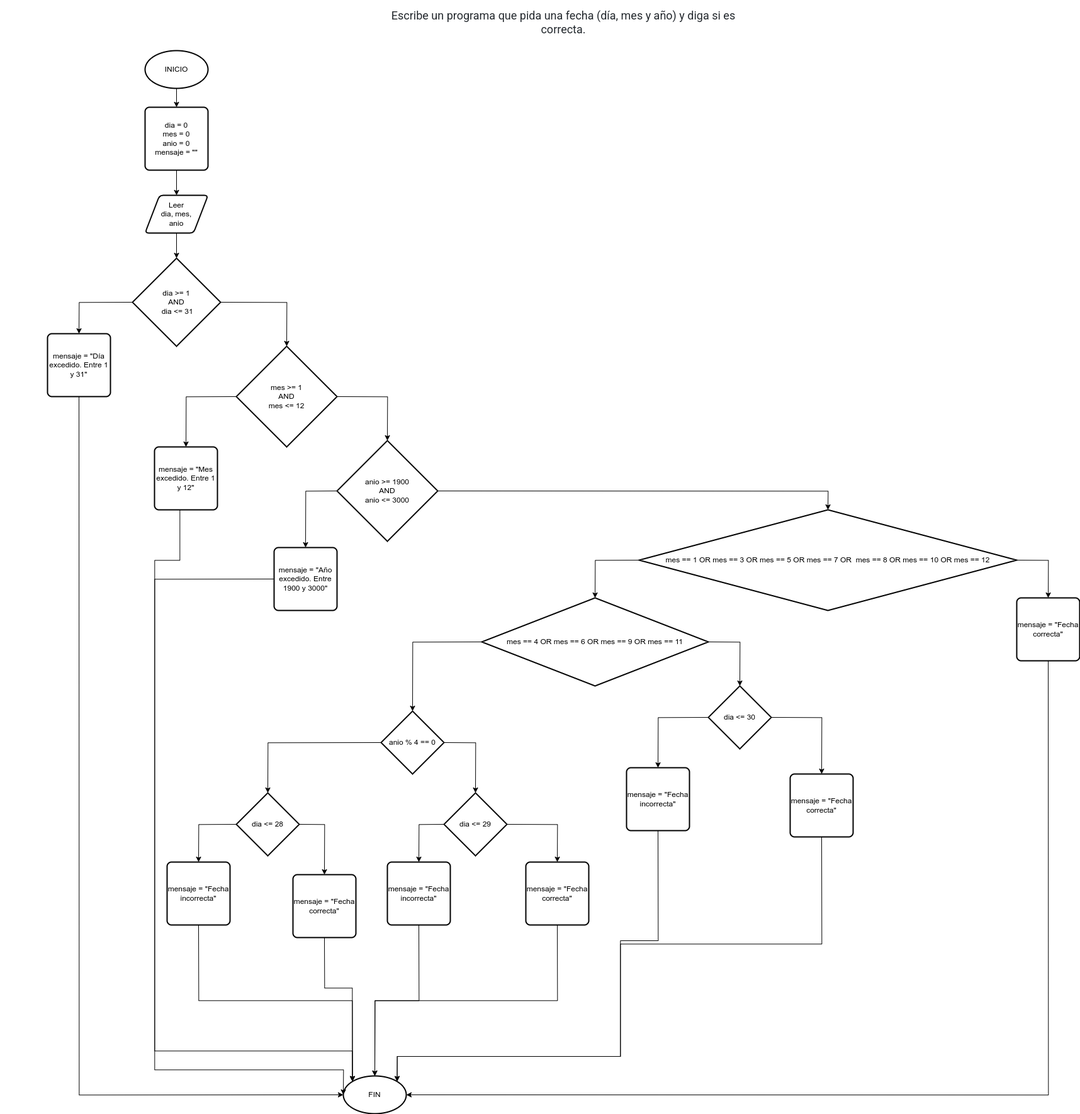
cardozoaldama/algoritmia-basica keeps this draw.io diagram as Selectivas/Ejercicio 13/Ejercicio13DFD.png. Above is the earlier version. Source tidied: cells renumbered, new cells last; positions are measured from the earlier drawing's top-left corner, leaving out a move shared by most shapes.
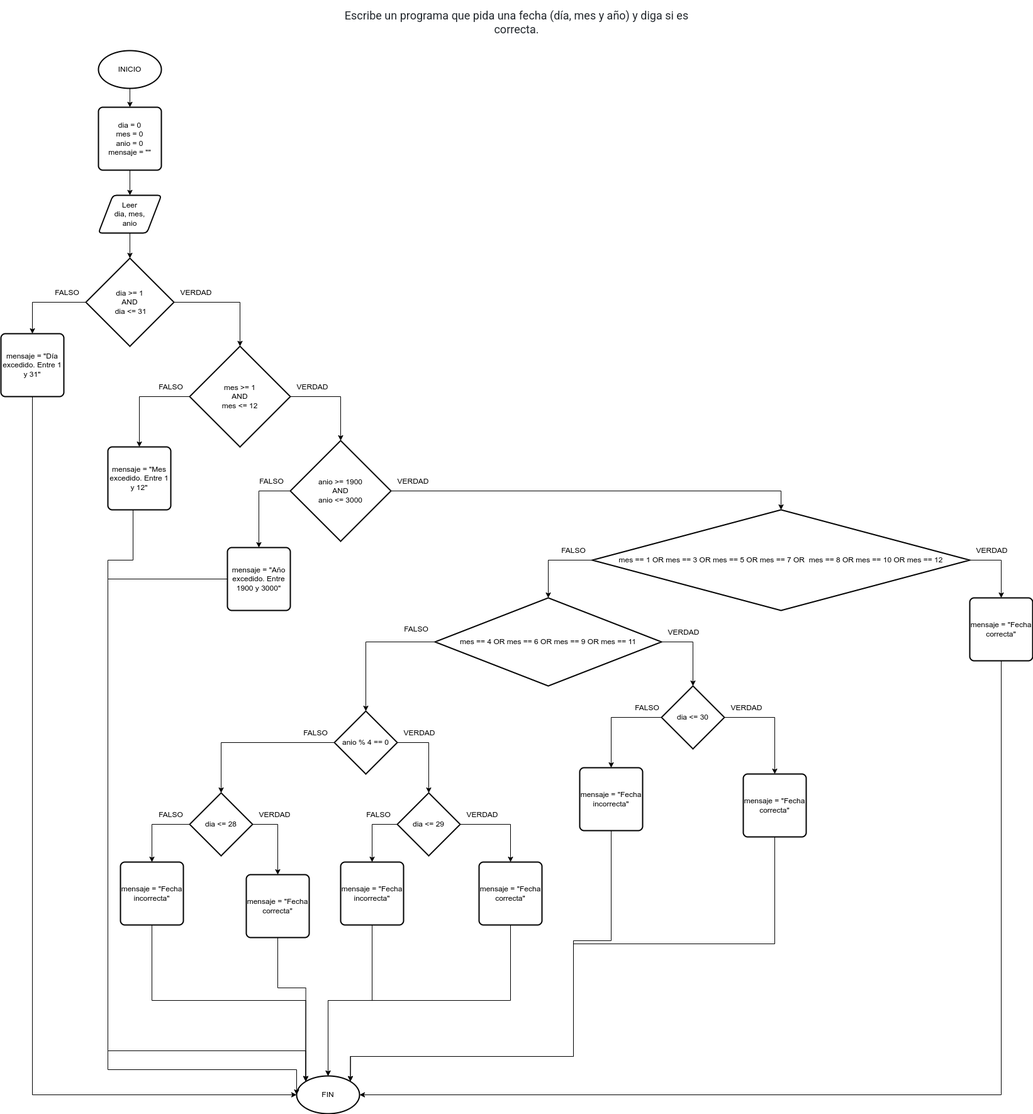
After the change.

Commit message:
DFD modificado para agregarle VERDAD y FALSO faltantes

Change to the diagram source:
```diff
@@ -3,13 +3,13 @@
     <mxCell id="0" />
     <mxCell id="1" parent="0" />
     <mxCell id="2" style="group;" parent="1" vertex="1">
-      <mxGeometry width="1715" height="1770" as="geometry" />
+      <mxGeometry width="1640" height="1770" as="geometry" />
     </mxCell>
     <mxCell id="3" value="&lt;span style=&quot;color: rgb(36, 41, 46); font-family: -apple-system, BlinkMacSystemFont, Roboto, &amp;quot;Segoe UI&amp;quot;, &amp;quot;Helvetica Neue&amp;quot;, &amp;quot;Lucida Grande&amp;quot;, Arial, sans-serif; font-size: 18px; font-style: normal; font-variant-ligatures: normal; font-variant-caps: normal; font-weight: 400; letter-spacing: normal; orphans: 3; text-indent: 0px; text-transform: none; widows: 3; word-spacing: 0px; -webkit-text-stroke-width: 0px; background-color: rgb(255, 255, 255); text-decoration-thickness: initial; text-decoration-style: initial; text-decoration-color: initial; float: none; display: inline !important;&quot;&gt;Escribe un programa que pida una fecha (día, mes y año) y diga si es correcta.&lt;/span&gt;" style="text;whiteSpace=wrap;html=1;align=center;verticalAlign=middle;" parent="2" vertex="1">
-      <mxGeometry x="615" width="560" height="70" as="geometry" />
+      <mxGeometry x="540" width="560" height="70" as="geometry" />
     </mxCell>
     <mxCell id="4" style="group;" parent="2" vertex="1">
-      <mxGeometry x="75" y="80" width="1640" height="1690" as="geometry" />
+      <mxGeometry y="80" width="1640" height="1690" as="geometry" />
     </mxCell>
     <mxCell id="5" value="INICIO" style="strokeWidth=2;html=1;shape=mxgraph.flowchart.start_1;whiteSpace=wrap;" parent="4" vertex="1">
       <mxGeometry x="155" width="100" height="60" as="geometry" />
@@ -204,5 +204,59 @@
     <mxCell id="58" style="edgeStyle=orthogonalEdgeStyle;rounded=0;jettySize=auto;html=1;exitX=0;exitY=0.5;exitDx=0;exitDy=0;exitPerimeter=0;entryX=0.5;entryY=0;entryDx=0;entryDy=0;" parent="4" edge="1" source="10" target="57">
       <mxGeometry relative="1" as="geometry" />
     </mxCell>
+    <mxCell id="59" value="VERDAD" style="text;html=1;align=center;verticalAlign=middle;strokeColor=none;fillColor=none;" parent="4" vertex="1">
+      <mxGeometry x="275" y="370" width="70" height="30" as="geometry" />
+    </mxCell>
+    <mxCell id="60" value="VERDAD" style="text;html=1;align=center;verticalAlign=middle;strokeColor=none;fillColor=none;" parent="4" vertex="1">
+      <mxGeometry x="460" y="520" width="70" height="30" as="geometry" />
+    </mxCell>
+    <mxCell id="61" value="VERDAD" style="text;html=1;align=center;verticalAlign=middle;strokeColor=none;fillColor=none;" parent="4" vertex="1">
+      <mxGeometry x="620" y="670" width="70" height="30" as="geometry" />
+    </mxCell>
+    <mxCell id="62" value="VERDAD" style="text;html=1;align=center;verticalAlign=middle;strokeColor=none;fillColor=none;" parent="4" vertex="1">
+      <mxGeometry x="1540" y="780" width="70" height="30" as="geometry" />
+    </mxCell>
+    <mxCell id="63" value="VERDAD" style="text;html=1;align=center;verticalAlign=middle;strokeColor=none;fillColor=none;" parent="4" vertex="1">
+      <mxGeometry x="1050" y="910" width="70" height="30" as="geometry" />
+    </mxCell>
+    <mxCell id="64" value="VERDAD" style="text;html=1;align=center;verticalAlign=middle;strokeColor=none;fillColor=none;" parent="4" vertex="1">
+      <mxGeometry x="630" y="1070" width="70" height="30" as="geometry" />
+    </mxCell>
+    <mxCell id="65" value="VERDAD" style="text;html=1;align=center;verticalAlign=middle;strokeColor=none;fillColor=none;" parent="4" vertex="1">
+      <mxGeometry x="1150" y="1030" width="70" height="30" as="geometry" />
+    </mxCell>
+    <mxCell id="66" value="VERDAD" style="text;html=1;align=center;verticalAlign=middle;strokeColor=none;fillColor=none;" parent="4" vertex="1">
+      <mxGeometry x="400" y="1200" width="70" height="30" as="geometry" />
+    </mxCell>
+    <mxCell id="67" value="VERDAD" style="text;html=1;align=center;verticalAlign=middle;strokeColor=none;fillColor=none;" parent="4" vertex="1">
+      <mxGeometry x="730" y="1200" width="70" height="30" as="geometry" />
+    </mxCell>
+    <mxCell id="68" value="FALSO" style="text;html=1;align=center;verticalAlign=middle;strokeColor=none;fillColor=none;" parent="4" vertex="1">
+      <mxGeometry x="75" y="370" width="60" height="30" as="geometry" />
+    </mxCell>
+    <mxCell id="69" value="FALSO" style="text;html=1;align=center;verticalAlign=middle;strokeColor=none;fillColor=none;" parent="4" vertex="1">
+      <mxGeometry x="240" y="520" width="60" height="30" as="geometry" />
+    </mxCell>
+    <mxCell id="70" value="FALSO" style="text;html=1;align=center;verticalAlign=middle;strokeColor=none;fillColor=none;" parent="4" vertex="1">
+      <mxGeometry x="400" y="670" width="60" height="30" as="geometry" />
+    </mxCell>
+    <mxCell id="71" value="FALSO" style="text;html=1;align=center;verticalAlign=middle;strokeColor=none;fillColor=none;" parent="4" vertex="1">
+      <mxGeometry x="880" y="780" width="60" height="30" as="geometry" />
+    </mxCell>
+    <mxCell id="72" value="FALSO" style="text;html=1;align=center;verticalAlign=middle;strokeColor=none;fillColor=none;" parent="4" vertex="1">
+      <mxGeometry x="997" y="1030" width="60" height="30" as="geometry" />
+    </mxCell>
+    <mxCell id="73" value="FALSO" style="text;html=1;align=center;verticalAlign=middle;strokeColor=none;fillColor=none;" parent="4" vertex="1">
+      <mxGeometry x="630" y="905" width="60" height="30" as="geometry" />
+    </mxCell>
+    <mxCell id="74" value="FALSO" style="text;html=1;align=center;verticalAlign=middle;strokeColor=none;fillColor=none;" parent="4" vertex="1">
+      <mxGeometry x="470" y="1070" width="60" height="30" as="geometry" />
+    </mxCell>
+    <mxCell id="75" value="FALSO" style="text;html=1;align=center;verticalAlign=middle;strokeColor=none;fillColor=none;" parent="4" vertex="1">
+      <mxGeometry x="240" y="1200" width="60" height="30" as="geometry" />
+    </mxCell>
+    <mxCell id="76" value="FALSO" style="text;html=1;align=center;verticalAlign=middle;strokeColor=none;fillColor=none;" parent="4" vertex="1">
+      <mxGeometry x="570" y="1200" width="60" height="30" as="geometry" />
+    </mxCell>
   </root>
 </mxGraphModel>
```
